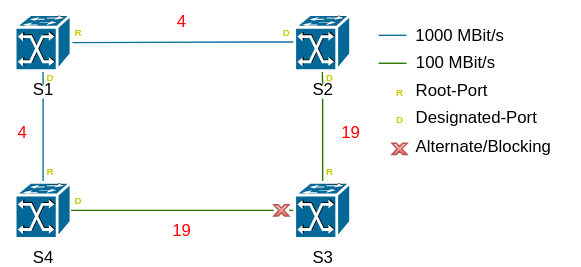
The draw.io diagram docs/Networking/Switching/assets/portrollen.drawio.svg in kuchapo/UNYKAD, before a commit. Source tidied: cells renumbered, new cells last; positions are measured from the earlier drawing's top-left corner, leaving out a move shared by most shapes.
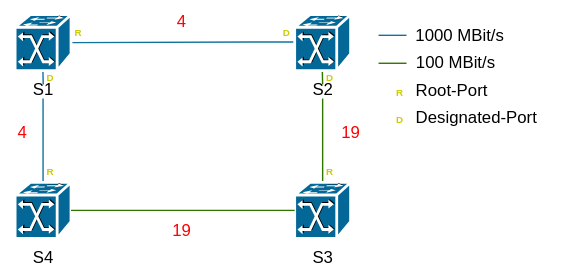
The same diagram one commit later.

What changed in the source:
```diff
@@ -42,9 +42,6 @@
     <mxCell id="9" value="100&lt;span style=&quot;background-color: transparent; color: light-dark(rgb(0, 0, 0), rgb(255, 255, 255));&quot;&gt;&amp;nbsp;MBit/s&lt;/span&gt;" style="text;html=1;align=center;verticalAlign=middle;strokeColor=none;fillColor=none;" parent="1" vertex="1">
       <mxGeometry x="285" y="30" width="80" height="30" as="geometry" />
     </mxCell>
-    <mxCell id="10" style="endArrow=none;html=1;rounded=0;exitX=1;exitY=0.5;exitDx=0;exitDy=0;exitPerimeter=0;entryX=0;entryY=0.5;entryDx=0;entryDy=0;entryPerimeter=0;fontColor=#FFFFFF;fillColor=#60a917;strokeColor=#2D7600;" parent="1" edge="1" source="28" target="13">
-      <mxGeometry relative="1" as="geometry" />
-    </mxCell>
     <mxCell id="11" style="endArrow=none;html=1;rounded=0;entryX=0.5;entryY=0;entryDx=0;entryDy=0;entryPerimeter=0;fillColor=#b1ddf0;strokeColor=#10739e;" parent="1" edge="1" target="14">
       <mxGeometry relative="1" as="geometry">
         <mxPoint x="30" y="70" as="sourcePoint" />
@@ -89,35 +86,23 @@
     <mxCell id="24" value="&lt;b&gt;&lt;font style=&quot;font-size: 7px; color: rgb(204, 204, 0);&quot;&gt;D&lt;/font&gt;&lt;/b&gt;" style="text;html=1;align=center;verticalAlign=middle;strokeColor=none;fillColor=none;" parent="1" vertex="1">
       <mxGeometry x="189" y="7" width="30" height="30" as="geometry" />
     </mxCell>
-    <mxCell id="25" value="&lt;b&gt;&lt;font style=&quot;font-size: 7px; color: rgb(204, 204, 0);&quot;&gt;D&lt;/font&gt;&lt;/b&gt;" style="text;html=1;align=center;verticalAlign=middle;strokeColor=none;fillColor=none;" parent="1" vertex="1">
-      <mxGeometry x="40" y="127" width="30" height="30" as="geometry" />
-    </mxCell>
     <mxCell id="26" value="&lt;b&gt;&lt;font style=&quot;font-size: 7px; color: rgb(204, 204, 0);&quot;&gt;D&lt;/font&gt;&lt;/b&gt;" style="text;html=1;align=center;verticalAlign=middle;strokeColor=none;fillColor=none;" parent="1" vertex="1">
       <mxGeometry x="20" y="39" width="30" height="30" as="geometry" />
     </mxCell>
-    <mxCell id="27" style="endArrow=none;html=1;rounded=0;exitX=1;exitY=0.5;exitDx=0;exitDy=0;exitPerimeter=0;entryX=0;entryY=0.5;entryDx=0;entryDy=0;entryPerimeter=0;fontColor=#FFFFFF;fillColor=#60a917;strokeColor=#2D7600;" parent="1" edge="1" source="14" target="28">
+    <mxCell id="27" style="endArrow=none;html=1;rounded=0;exitX=1;exitY=0.5;exitDx=0;exitDy=0;exitPerimeter=0;entryX=0;entryY=0.5;entryDx=0;entryDy=0;entryPerimeter=0;fontColor=#FFFFFF;fillColor=#60a917;strokeColor=#2D7600;" parent="1" edge="1" source="14" target="13">
       <mxGeometry relative="1" as="geometry" />
     </mxCell>
-    <mxCell id="28" style="verticalLabelPosition=bottom;verticalAlign=top;html=1;shape=mxgraph.basic.x;fillColor=#f8cecc;strokeColor=#b85450;gradientColor=#ea6b66;" parent="1" vertex="1">
-      <mxGeometry x="195" y="146" width="11" height="8" as="geometry" />
-    </mxCell>
     <mxCell id="29" value="&lt;b&gt;&lt;font style=&quot;font-size: 7px; color: rgb(204, 204, 0);&quot;&gt;R&lt;/font&gt;&lt;/b&gt;" style="text;html=1;align=center;verticalAlign=middle;strokeColor=none;fillColor=none;" parent="1" vertex="1">
       <mxGeometry x="270" y="50" width="30" height="30" as="geometry" />
     </mxCell>
     <mxCell id="30" value="&lt;b&gt;&lt;font style=&quot;font-size: 7px; color: rgb(204, 204, 0);&quot;&gt;D&lt;/font&gt;&lt;/b&gt;" style="text;html=1;align=center;verticalAlign=middle;strokeColor=none;fillColor=none;" parent="1" vertex="1">
       <mxGeometry x="270" y="69" width="30" height="30" as="geometry" />
     </mxCell>
-    <mxCell id="31" style="verticalLabelPosition=bottom;verticalAlign=top;html=1;shape=mxgraph.basic.x;fillColor=#f8cecc;strokeColor=#b85450;gradientColor=#ea6b66;" parent="1" vertex="1">
-      <mxGeometry x="279.5" y="102" width="11" height="8" as="geometry" />
-    </mxCell>
     <mxCell id="32" value="Root-Port" style="text;html=1;align=left;verticalAlign=middle;strokeColor=none;fillColor=none;" parent="1" vertex="1">
       <mxGeometry x="295" y="50" width="70" height="30" as="geometry" />
     </mxCell>
     <mxCell id="33" value="Designated-Port" style="text;html=1;align=left;verticalAlign=middle;strokeColor=none;fillColor=none;" parent="1" vertex="1">
       <mxGeometry x="295" y="69" width="110" height="30" as="geometry" />
     </mxCell>
-    <mxCell id="34" value="Alternate/Blocking" style="text;html=1;align=left;verticalAlign=middle;strokeColor=none;fillColor=none;" parent="1" vertex="1">
-      <mxGeometry x="295" y="90" width="120" height="30" as="geometry" />
-    </mxCell>
   </root>
 </mxGraphModel>
```
